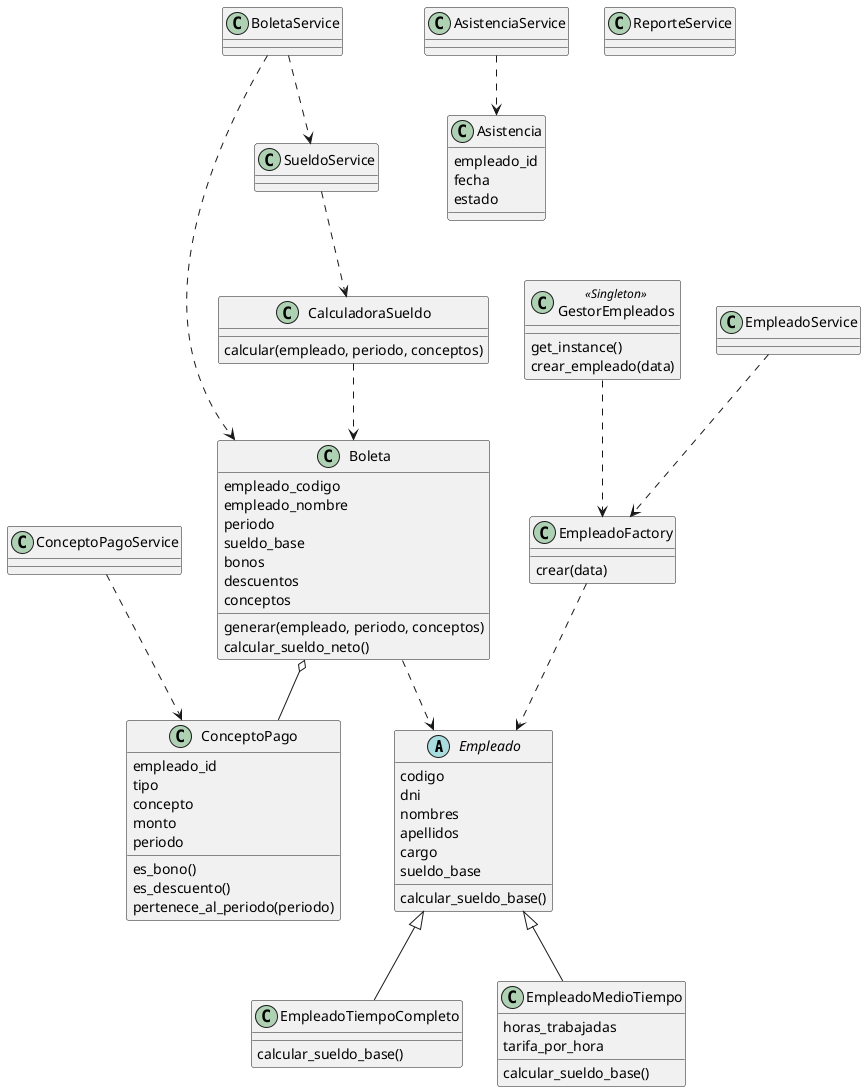
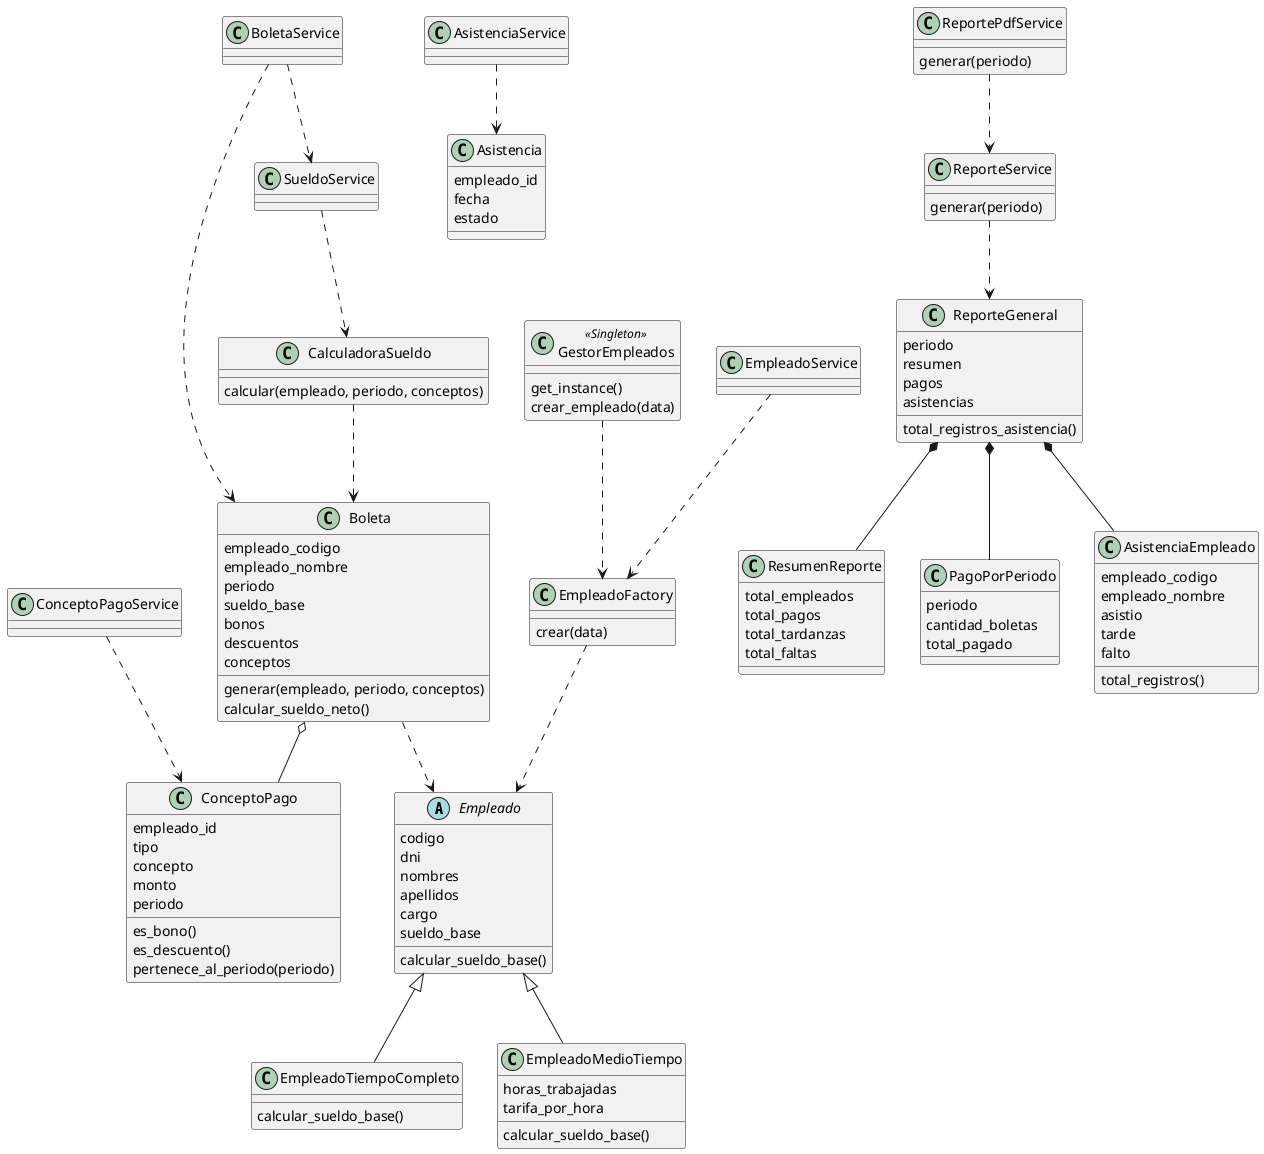
@startuml
skinparam classAttributeIconSize 0

abstract class Empleado {
  codigo
  dni
  nombres
  apellidos
  cargo
  sueldo_base
  calcular_sueldo_base()
}

class EmpleadoTiempoCompleto {
  calcular_sueldo_base()
}

class EmpleadoMedioTiempo {
  horas_trabajadas
  tarifa_por_hora
  calcular_sueldo_base()
}

class Asistencia {
  empleado_id
  fecha
  estado
}

class ConceptoPago {
  empleado_id
  tipo
  concepto
  monto
  periodo
  es_bono()
  es_descuento()
  pertenece_al_periodo(periodo)
}

class Boleta {
  empleado_codigo
  empleado_nombre
  periodo
  sueldo_base
  bonos
  descuentos
  conceptos
  generar(empleado, periodo, conceptos)
  calcular_sueldo_neto()
}

class EmpleadoFactory {
  crear(data)
}

class GestorEmpleados <<Singleton>> {
  get_instance()
  crear_empleado(data)
}

class CalculadoraSueldo {
  calcular(empleado, periodo, conceptos)
}

+ class ResumenReporte {
+   total_empleados
+   total_pagos
+   total_tardanzas
+   total_faltas
+ }
+ 
+ class PagoPorPeriodo {
+   periodo
+   cantidad_boletas
+   total_pagado
+ }
+ 
+ class AsistenciaEmpleado {
+   empleado_codigo
+   empleado_nombre
+   asistio
+   tarde
+   falto
+   total_registros()
+ }
+ 
+ class ReporteGeneral {
+   periodo
+   resumen
+   pagos
+   asistencias
+   total_registros_asistencia()
+ }
+ 
class EmpleadoService
class AsistenciaService
class ConceptoPagoService
class SueldoService
class BoletaService
- class ReporteService
+ class ReporteService {
+   generar(periodo)
+ }
+ class ReportePdfService {
+   generar(periodo)
+ }

Empleado <|-- EmpleadoTiempoCompleto
Empleado <|-- EmpleadoMedioTiempo
EmpleadoFactory ..> Empleado
GestorEmpleados ..> EmpleadoFactory
Boleta ..> Empleado
Boleta o-- ConceptoPago
CalculadoraSueldo ..> Boleta
BoletaService ..> Boleta
BoletaService ..> SueldoService
SueldoService ..> CalculadoraSueldo
EmpleadoService ..> EmpleadoFactory
AsistenciaService ..> Asistencia
ConceptoPagoService ..> ConceptoPago
+ ReporteGeneral *-- ResumenReporte
+ ReporteGeneral *-- PagoPorPeriodo
+ ReporteGeneral *-- AsistenciaEmpleado
+ ReporteService ..> ReporteGeneral
+ ReportePdfService ..> ReporteService

@enduml
